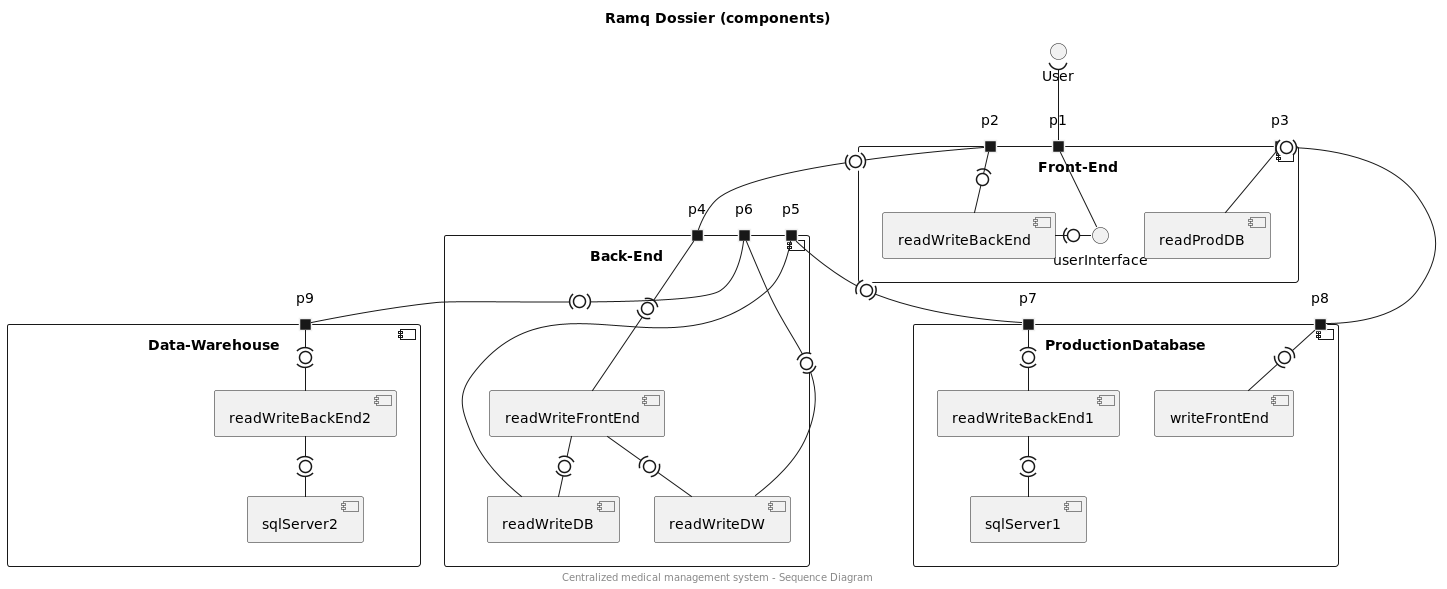
This is Models/pngs/ComponentsDiagram.png from AmineSdi/PROJET_JAVAFX, a PlantUML export, as it was before one commit. Source of this version:
```plantuml
@startuml
!include common.style
title Ramq Dossier (components)
center footer Centralized medical management system - Sequence Diagram

component Front-End as FE{
    portin p1
    portin p2
    portin p3
    () userInterface as UI
    component readWriteBackEnd as PU
    component readProdDB as RP
}

()  User as U


component Back-End as BE{
    portin p4
    portin p5
    portin p6
    component readWriteFrontEnd as RWFE
    component readWriteDB as RWDB
    component readWriteDW as RWDW
}

component ProductionDatabase as DB{
    portin p7
    portin p8
    component readWriteBackEnd1 as RWBE1
    component sqlServer1 as SS1
    component writeFrontEnd as WF
}

component Data-Warehouse as DW{
    portin p9
    component readWriteBackEnd2 as RWBE2
    component sqlServer2 as SS2
}


FE -[hidden]-> BE
BE -[hidden]> DB
BE -[hidden]> DW
U )-- p1
p1 -- UI
UI -right0)- PU
PU -0)- p2
RP -- p3
p2 -(0)- p4
p4 -right(0)- RWFE
RWFE -(0)- RWDB
RWFE -(0)- RWDW
RWDW -(0)- p6
RWDB -- p5
p5 -(0)- p7
p6 -(0)- p9
p9 -(0)- RWBE2
RWBE2 -(0)- SS2
p3 -(0)- p8
p7 -(0)- RWBE1
p8 -(0)- WF
RWBE1 -(0)- SS1
@enduml
```
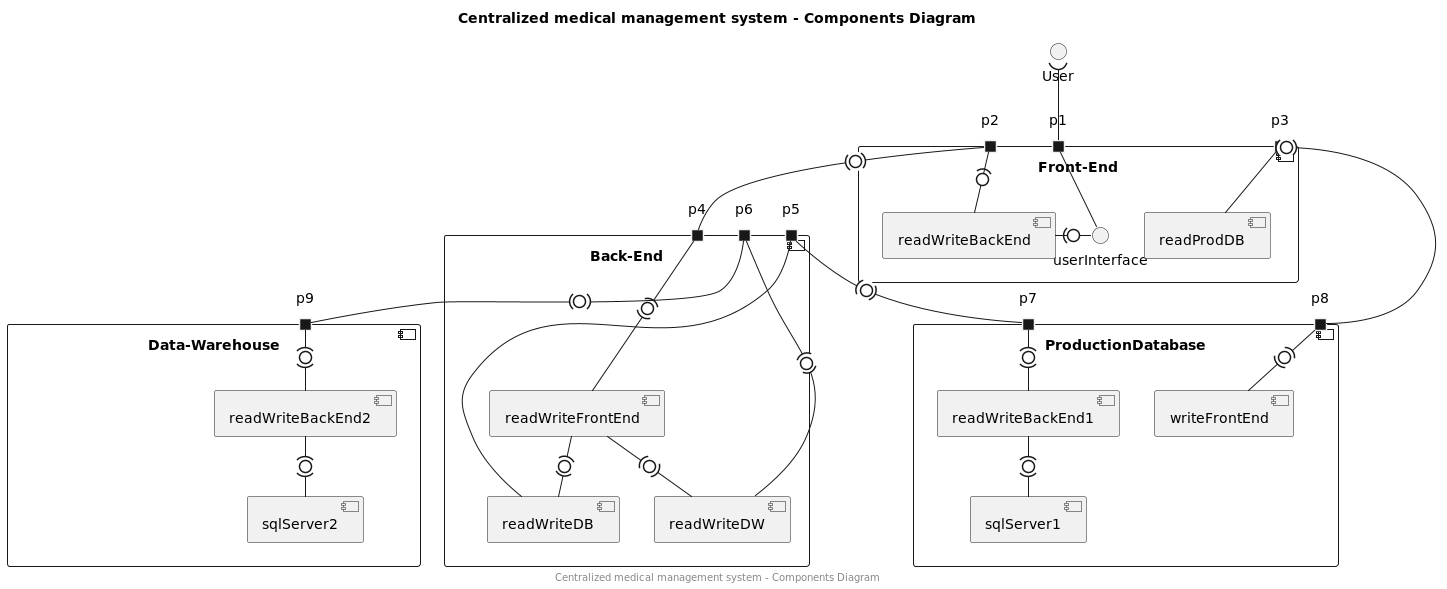
Later version of the same file.

Diff of the diagram source:
```diff
@@ -1,7 +1,7 @@
 @startuml
 !include common.style
-title Ramq Dossier (components)
-center footer Centralized medical management system - Sequence Diagram
+title Centralized medical management system - Components Diagram
+center footer Centralized medical management system - Components Diagram
 
 component Front-End as FE{
     portin p1
```
